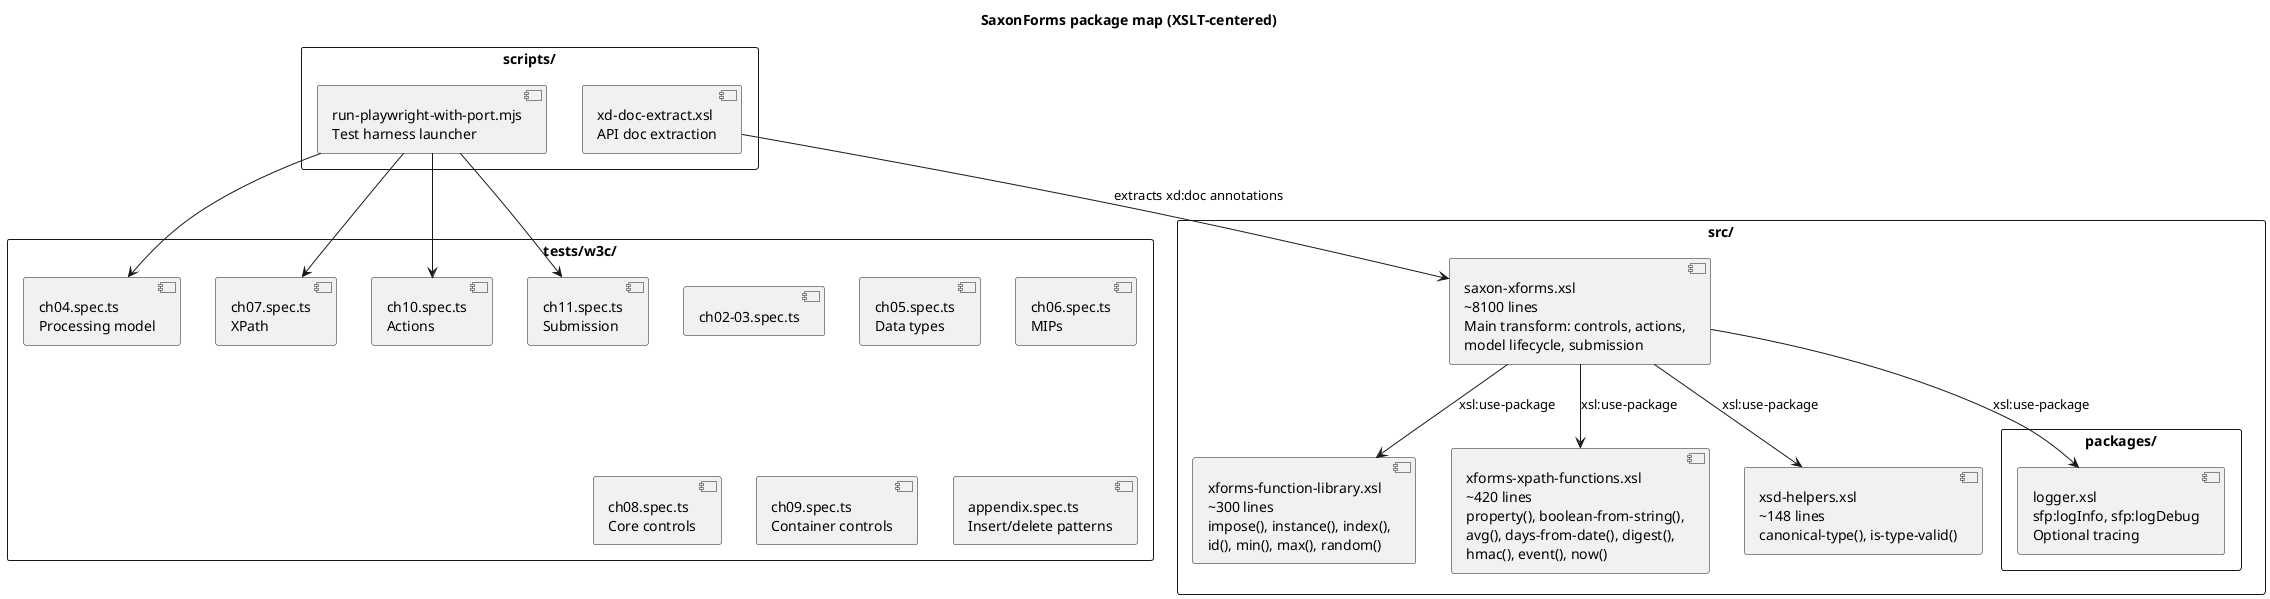
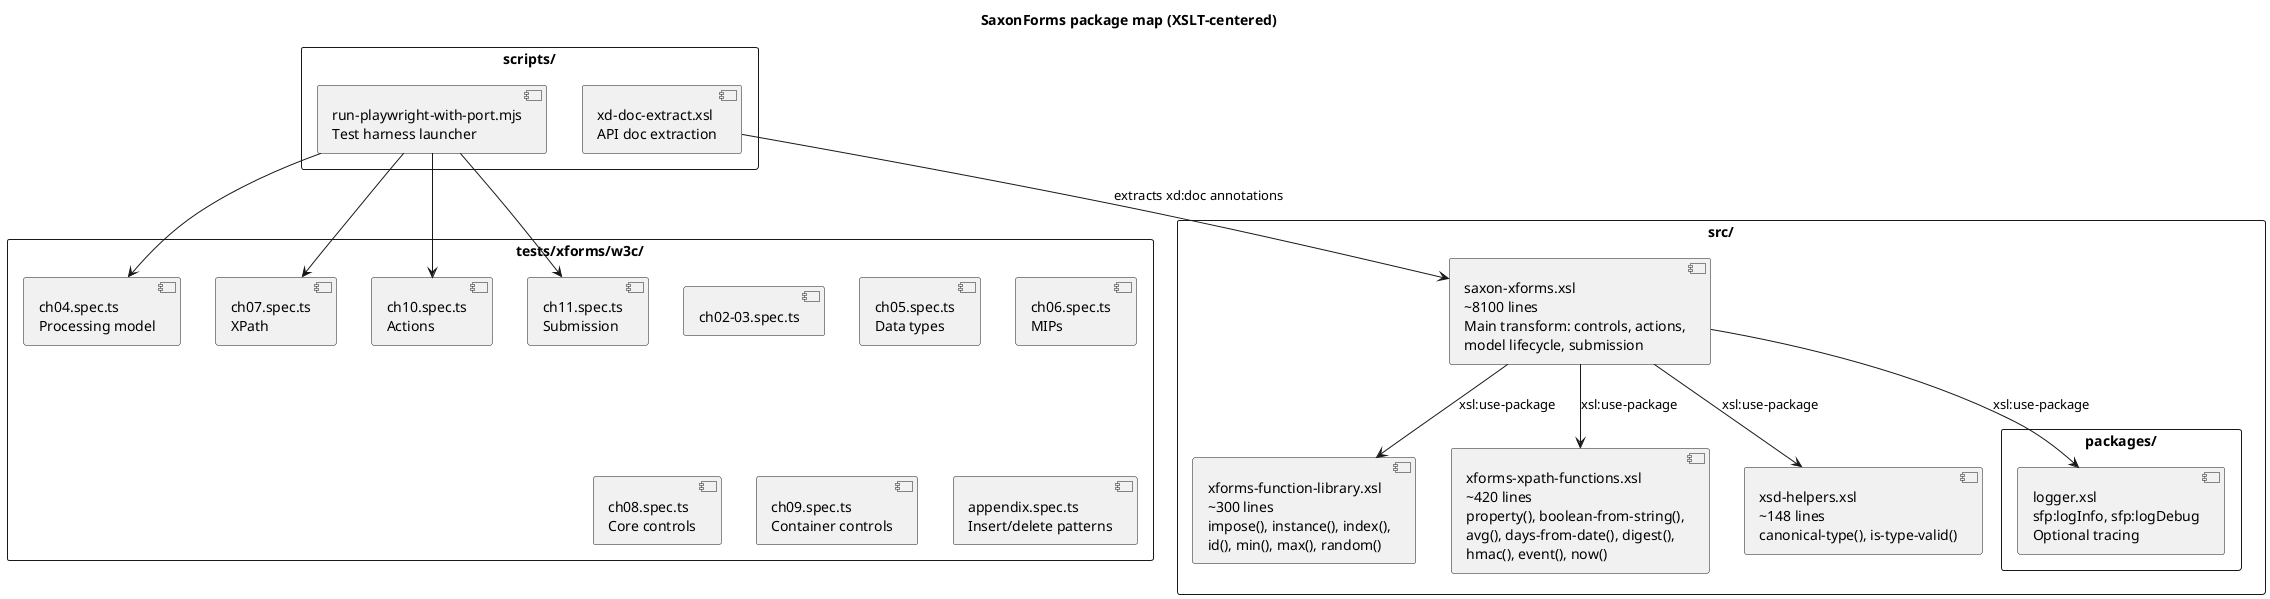
@startuml
title SaxonForms package map (XSLT-centered)
skinparam packageStyle rectangle

package "src/" {
  [saxon-xforms.xsl\n~8100 lines\nMain transform: controls, actions,\nmodel lifecycle, submission] as SAXON_XFORMS
  [xforms-function-library.xsl\n~300 lines\nimpose(), instance(), index(),\nid(), min(), max(), random()] as FUNCTION_LIBRARY
  [xforms-xpath-functions.xsl\n~420 lines\nproperty(), boolean-from-string(),\navg(), days-from-date(), digest(),\nhmac(), event(), now()] as XPATH_FUNCTIONS
  [xsd-helpers.xsl\n~148 lines\ncanonical-type(), is-type-valid()] as XSD_HELPERS
  package "packages/" {
    [logger.xsl\nsfp:logInfo, sfp:logDebug\nOptional tracing] as LOGGER
  }
}

package "scripts/" {
  [run-playwright-with-port.mjs\nTest harness launcher] as RUN_PLAYWRIGHT
  [xd-doc-extract.xsl\nAPI doc extraction] as XD_DOC
}

- package "tests/w3c/" {
+ package "tests/xforms/w3c/" {
  [ch02-03.spec.ts] as CH02_03
  [ch04.spec.ts\nProcessing model] as CH04
  [ch05.spec.ts\nData types] as CH05
  [ch06.spec.ts\nMIPs] as CH06
  [ch07.spec.ts\nXPath] as CH07
  [ch08.spec.ts\nCore controls] as CH08
  [ch09.spec.ts\nContainer controls] as CH09
  [ch10.spec.ts\nActions] as CH10
  [ch11.spec.ts\nSubmission] as CH11
  [appendix.spec.ts\nInsert/delete patterns] as APPX
}

SAXON_XFORMS --> FUNCTION_LIBRARY : xsl:use-package
SAXON_XFORMS --> XPATH_FUNCTIONS : xsl:use-package
SAXON_XFORMS --> XSD_HELPERS : xsl:use-package
SAXON_XFORMS --> LOGGER : xsl:use-package
RUN_PLAYWRIGHT --> CH04
RUN_PLAYWRIGHT --> CH07
RUN_PLAYWRIGHT --> CH10
RUN_PLAYWRIGHT --> CH11
XD_DOC --> SAXON_XFORMS : extracts xd:doc annotations
@enduml
